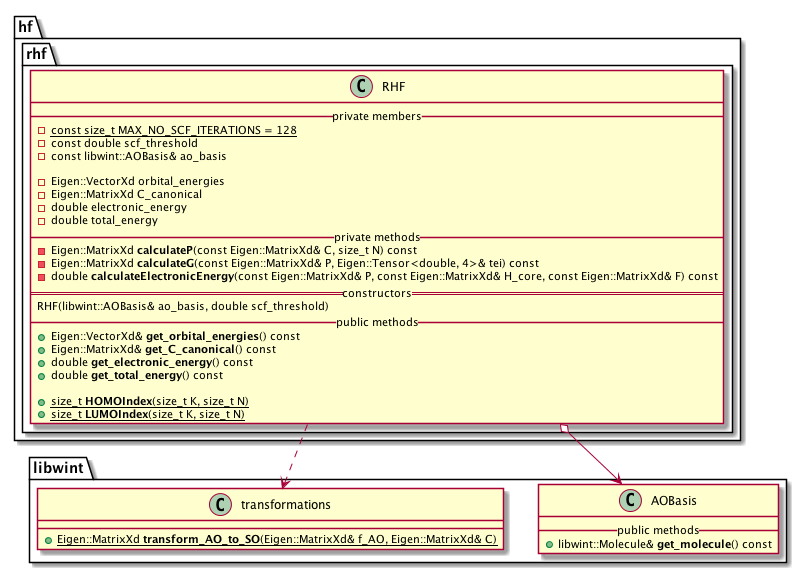
The PlantUML diagram docs/hf_UML_diagram.png in tmhuysen/hf, before a commit.
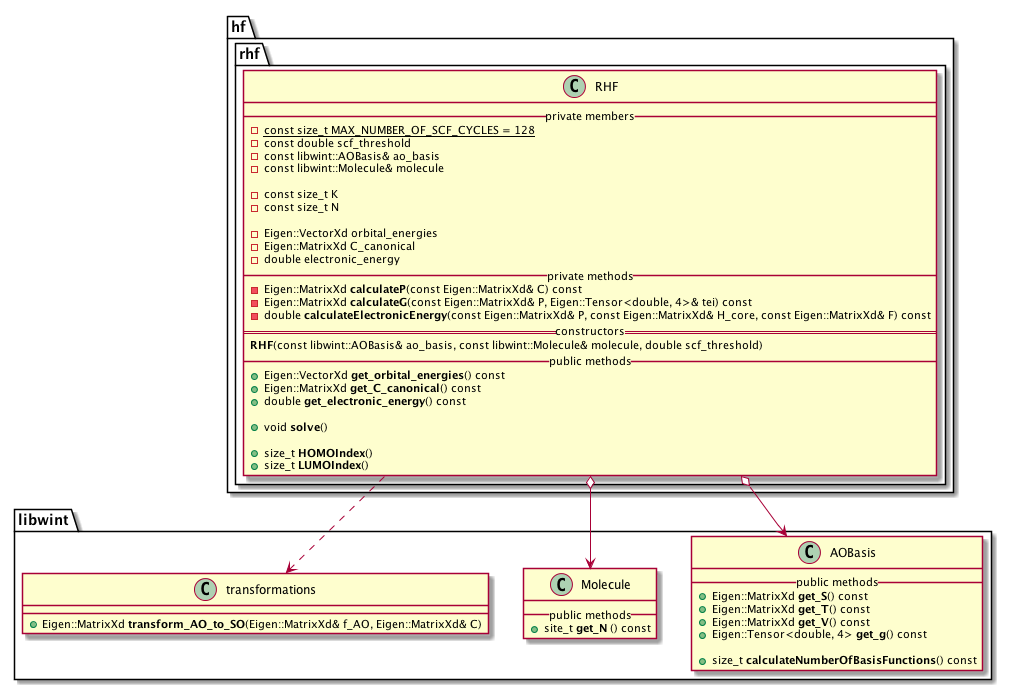
Above is the later version.

What changed in the source:
```diff
@@ -5,12 +5,23 @@
 
     class AOBasis {
         __ public methods __
-            + libwint::Molecule& **get_molecule**() const
+            + Eigen::MatrixXd **get_S**() const
+            + Eigen::MatrixXd **get_T**() const
+            + Eigen::MatrixXd **get_V**() const
+            + Eigen::Tensor<double, 4> **get_g**() const
+
+            + size_t **calculateNumberOfBasisFunctions**() const
+    }
+
+
+    class Molecule {
+        __ public methods __
+            + site_t **get_N** () const
     }
 
 
     class transformations {
-        + {static} Eigen::MatrixXd **transform_AO_to_SO**(Eigen::MatrixXd& f_AO, Eigen::MatrixXd& C)
+        + Eigen::MatrixXd **transform_AO_to_SO**(Eigen::MatrixXd& f_AO, Eigen::MatrixXd& C)
     }
 
 }
@@ -21,28 +32,32 @@
 
         class RHF {
             __ private members __
-                - const size_t {static} MAX_NO_SCF_ITERATIONS = 128
+                - const size_t {static} MAX_NUMBER_OF_SCF_CYCLES = 128
                 - const double scf_threshold
                 - const libwint::AOBasis& ao_basis
+                - const libwint::Molecule& molecule
+
+                - const size_t K
+                - const size_t N
 
                 - Eigen::VectorXd orbital_energies
                 - Eigen::MatrixXd C_canonical
                 - double electronic_energy
-                - double total_energy
             __ private methods __
-                - Eigen::MatrixXd **calculateP**(const Eigen::MatrixXd& C, size_t N) const
+                - Eigen::MatrixXd **calculateP**(const Eigen::MatrixXd& C) const
                 - Eigen::MatrixXd **calculateG**(const Eigen::MatrixXd& P, Eigen::Tensor<double, 4>& tei) const
                 - double **calculateElectronicEnergy**(const Eigen::MatrixXd& P, const Eigen::MatrixXd& H_core, const Eigen::MatrixXd& F) const
             == constructors ==
-                RHF(libwint::AOBasis& ao_basis, double scf_threshold)
+                **RHF**(const libwint::AOBasis& ao_basis, const libwint::Molecule& molecule, double scf_threshold)
             __ public methods __
-                + Eigen::VectorXd& **get_orbital_energies**() const
-                + Eigen::MatrixXd& **get_C_canonical**() const
+                + Eigen::VectorXd **get_orbital_energies**() const
+                + Eigen::MatrixXd **get_C_canonical**() const
                 + double **get_electronic_energy**() const
-                + double **get_total_energy**() const
 
-                + {static} size_t **HOMOIndex**(size_t K, size_t N)
-                + {static} size_t **LUMOIndex**(size_t K, size_t N)
+                + void **solve**()
+
+                + size_t **HOMOIndex**()
+                + size_t **LUMOIndex**()
         }
     }
 }
@@ -51,6 +66,8 @@
 
 hf.rhf.RHF o--> libwint.AOBasis
 
+hf.rhf.RHF o--> libwint.Molecule
+
 hf.rhf.RHF ..> libwint.transformations
 
 @enduml
```
